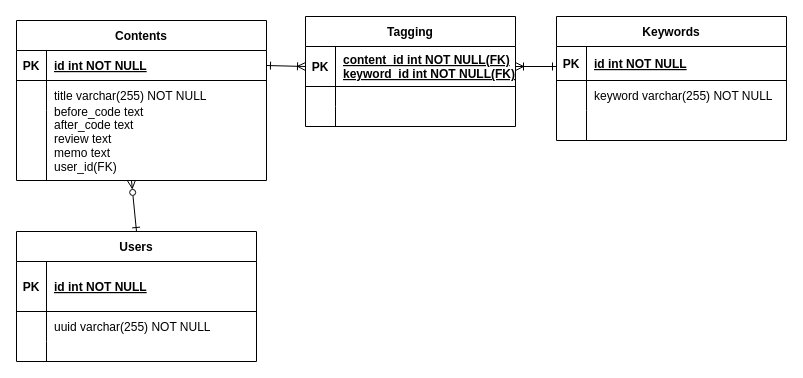
Above: backend/db.dio in dongurikoko/ReviewArchiveApp (draw.io), before the change. Source tidied: cells renumbered, new cells numbered last; positions are measured from the earlier drawing's top-left corner, leaving out a move shared by most shapes. Both pictures are drawn from the tidied source at 100%, with x=0, y=0 at pixel (16, 16).
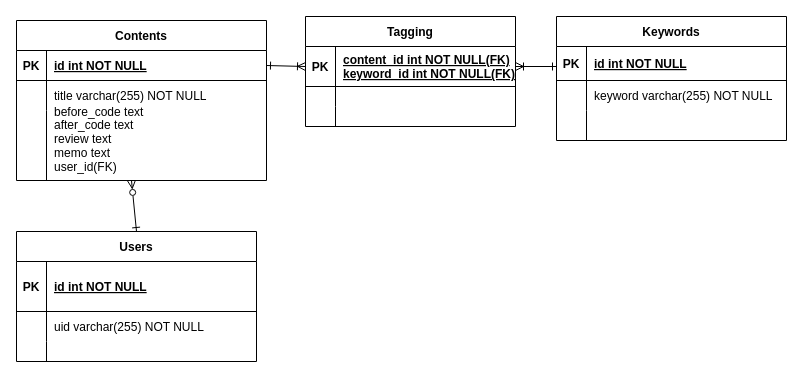
After the change.

The change refers to these unchanged cells:
```xml
<mxCell id="38" style="shape=partialRectangle;fillColor=none;top=0;left=0;right=0;bottom=0;" parent="34" vertex="1">
  <mxGeometry y="80" width="240" height="30" as="geometry" />
</mxCell>
```

What changed in the source:
```diff
@@
-    <mxCell id="40" value="uuid varchar(255) NOT NULL" style="shape=partialRectangle;overflow=hidden;fillColor=none;top=0;left=0;bottom=0;right=0;align=left;spacingLeft=6;" parent="38" vertex="1">
+    <mxCell id="40" value="uid varchar(255) NOT NULL" style="shape=partialRectangle;overflow=hidden;fillColor=none;top=0;left=0;bottom=0;right=0;align=left;spacingLeft=6;" parent="38" vertex="1">
       <mxGeometry x="30" width="210" height="30" as="geometry" />
     </mxCell>
```
